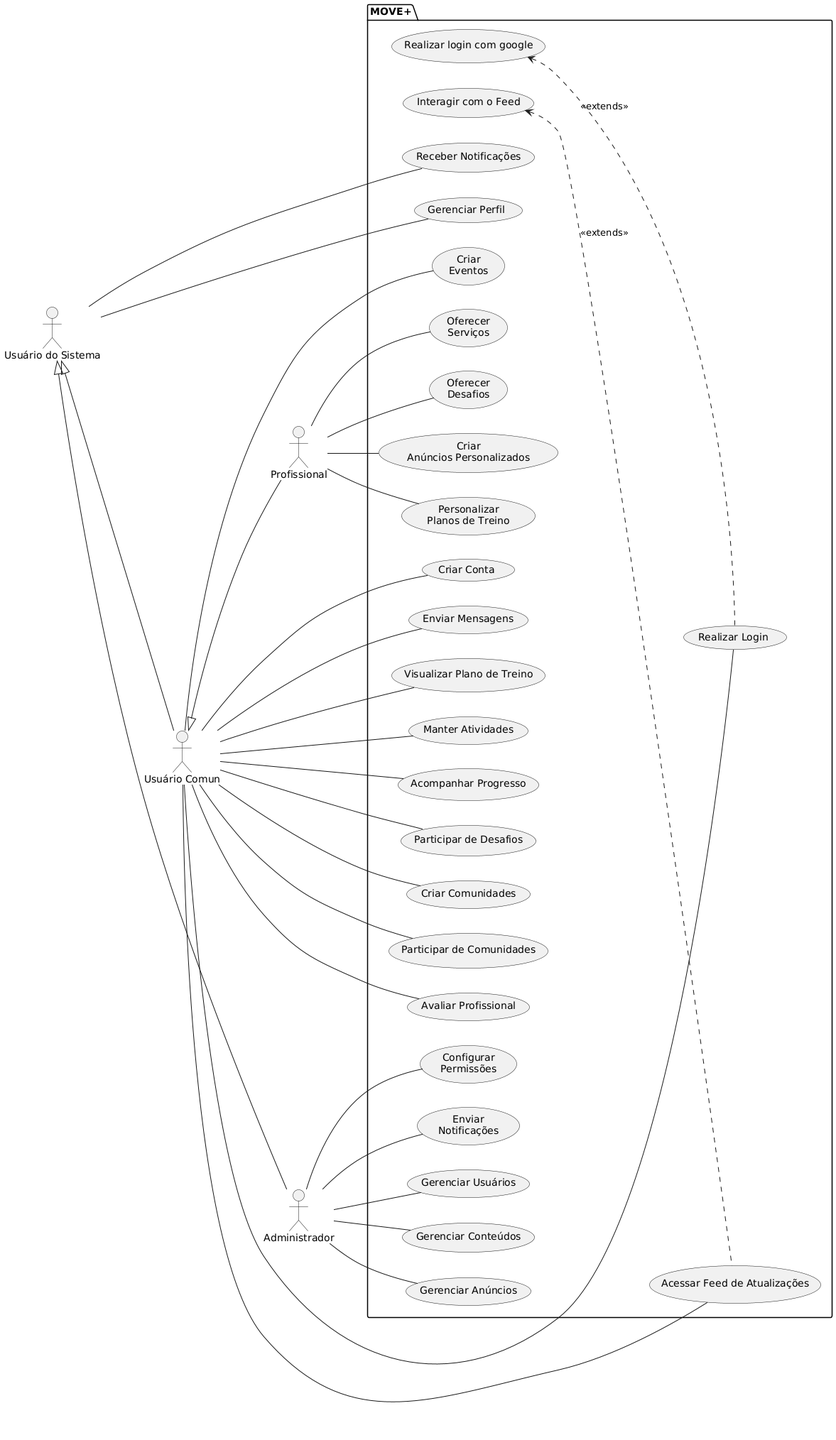
The PlantUML diagram specs/design/view-usecase/usecase.png in raizaft/MOVE, before a commit. Its diagram source:
```plantuml
@startuml
left to right direction

actor "Usuário do Sistema" as u
actor "Usuário Comun" as User
actor "Profissional" as Professional
actor "Administrador" as Admin

u <|-- User
User <|-- Professional
u <|-- Admin

package MOVE+ {
    usecase "Receber Notificações" as UC10
    usecase "Gerenciar Perfil" as UC15

    usecase "Realizar Login" as UC2
    usecase "Criar Conta" as UC1
    usecase "Acessar Feed de Atualizações" as UC3
    usecase "Enviar Mensagens" as UC8
    usecase "Visualizar Plano de Treino" as UC4
    usecase "Manter Atividades" as UC5
    usecase "Acompanhar Progresso" as UC6
    usecase "Participar de Desafios" as UC7
    usecase "Criar Comunidades" as UC9
    usecase "Participar de Comunidades" as UC18
    usecase "Avaliar Profissional" as UC11
    usecase "Criar\nEventos" as UC23

    (Personalizar\nPlanos de Treino) as UC19
    (Oferecer\nServiços) as UC20
    (Oferecer\nDesafios) as UC21
    (Criar\nAnúncios Personalizados) as UC22

    usecase "Gerenciar Usuários" as UC12
    usecase "Gerenciar Conteúdos" as UC13
    usecase "Gerenciar Anúncios" as UC14
    (Configurar\nPermissões) as UC24
    (Enviar\nNotificações) as UC27

    usecase "Realizar login com google" as UC16
    usecase "Interagir com o Feed" as UC17
}

u -- UC10
u -- UC15

User -- UC1
User -- UC2
User -- UC3
User -- UC4
User -- UC5
User -- UC6
User -- UC7
User -- UC8
User -- UC9
User -- UC11
User -- UC18
User -- UC23

UC16 <.. UC2 : <<extends>>
UC17 <.. UC3 : <<extends>>

Professional -- UC19
Professional -- UC20
Professional -- UC21
Professional -- UC22

Admin -- UC12
Admin -- UC13
Admin -- UC14
Admin -- UC24
Admin -- UC27
@enduml
```
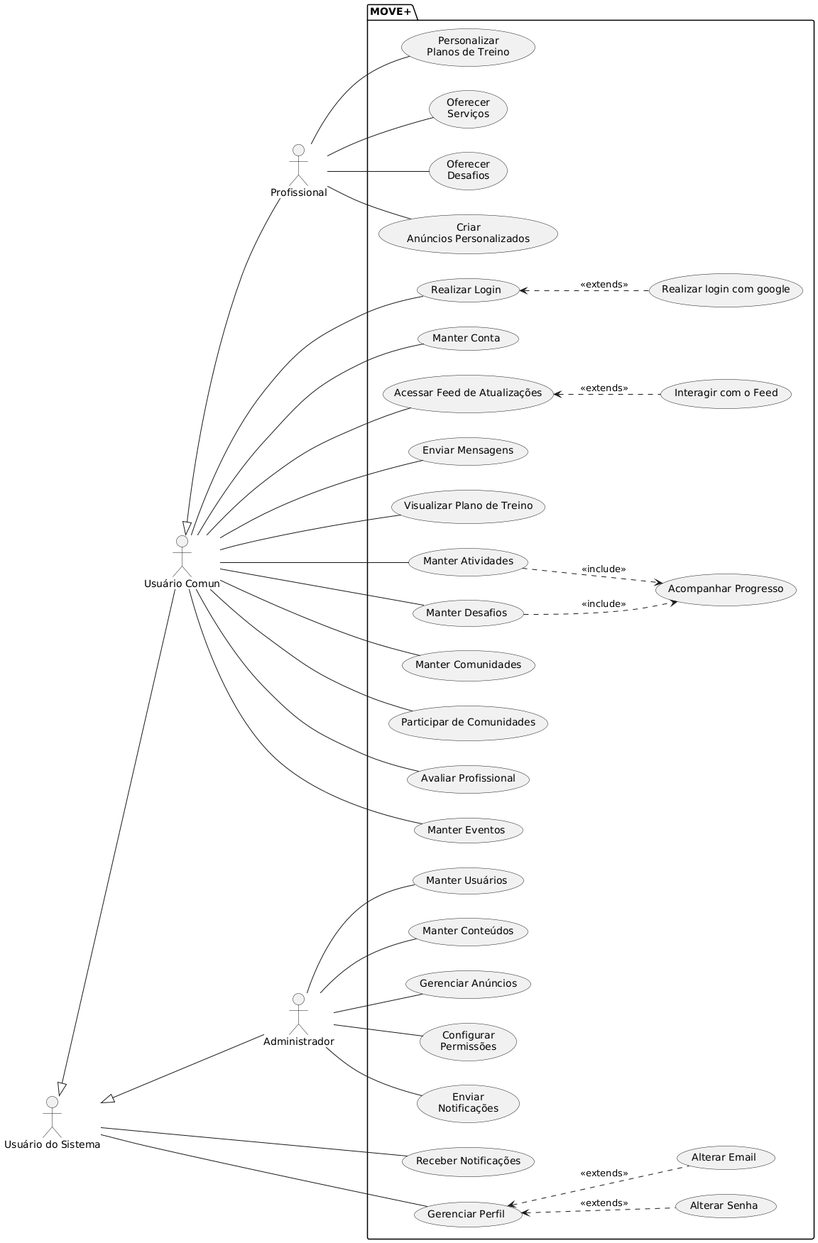
The same diagram one commit later.

Diff of the diagram source:
```diff
@@ -13,27 +13,29 @@
 package MOVE+ {
     usecase "Receber Notificações" as UC10
     usecase "Gerenciar Perfil" as UC15
+    usecase "Alterar Senha" as UC28
+    usecase "Alterar Email" as UC29
 
     usecase "Realizar Login" as UC2
-    usecase "Criar Conta" as UC1
+    usecase "Manter Conta" as UC1
     usecase "Acessar Feed de Atualizações" as UC3
     usecase "Enviar Mensagens" as UC8
     usecase "Visualizar Plano de Treino" as UC4
     usecase "Manter Atividades" as UC5
     usecase "Acompanhar Progresso" as UC6
-    usecase "Participar de Desafios" as UC7
-    usecase "Criar Comunidades" as UC9
+    usecase "Manter Desafios" as UC7
+    usecase "Manter Comunidades" as UC9
     usecase "Participar de Comunidades" as UC18
     usecase "Avaliar Profissional" as UC11
-    usecase "Criar\nEventos" as UC23
+    usecase "Manter Eventos" as UC23
 
     (Personalizar\nPlanos de Treino) as UC19
     (Oferecer\nServiços) as UC20
     (Oferecer\nDesafios) as UC21
     (Criar\nAnúncios Personalizados) as UC22
 
-    usecase "Gerenciar Usuários" as UC12
-    usecase "Gerenciar Conteúdos" as UC13
+    usecase "Manter Usuários" as UC12
+    usecase "Manter Conteúdos" as UC13
     usecase "Gerenciar Anúncios" as UC14
     (Configurar\nPermissões) as UC24
     (Enviar\nNotificações) as UC27
@@ -50,16 +52,12 @@
 User -- UC3
 User -- UC4
 User -- UC5
-User -- UC6
 User -- UC7
 User -- UC8
 User -- UC9
 User -- UC11
 User -- UC18
 User -- UC23
-
-UC16 <.. UC2 : <<extends>>
-UC17 <.. UC3 : <<extends>>
 
 Professional -- UC19
 Professional -- UC20
@@ -71,4 +69,11 @@
 Admin -- UC14
 Admin -- UC24
 Admin -- UC27
+
+UC2 <.. UC16 : <<extends>>
+UC3 <.. UC17 : <<extends>>
+UC7 ..> UC6 : <<include>>
+UC5 ..> UC6 : <<include>>
+UC15 <.. UC28 : <<extends>>
+UC15 <.. UC29 : <<extends>>
 @enduml
```
